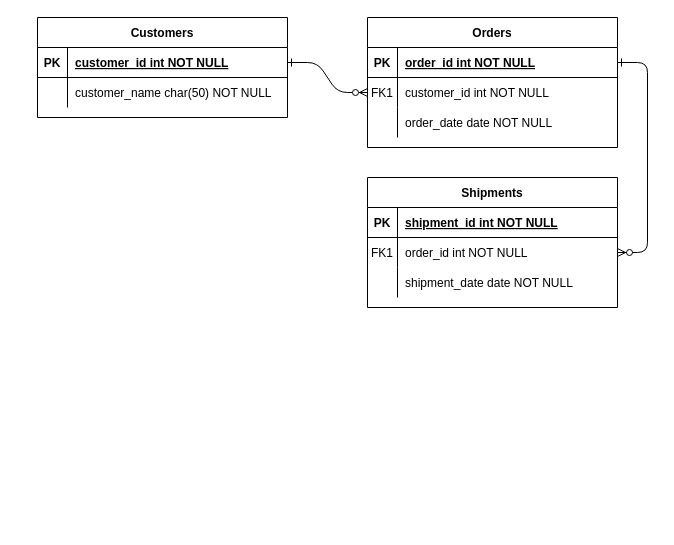
This is ERD.drawio from broepke/JGraph, a draw.io file, before an edit. Source tidied: cells renumbered, new cells numbered last; positions are measured from the earlier drawing's top-left corner, leaving out a move shared by most shapes. Both pictures are drawn from the tidied source at 100%, with x=0, y=0 at pixel (37, 17).
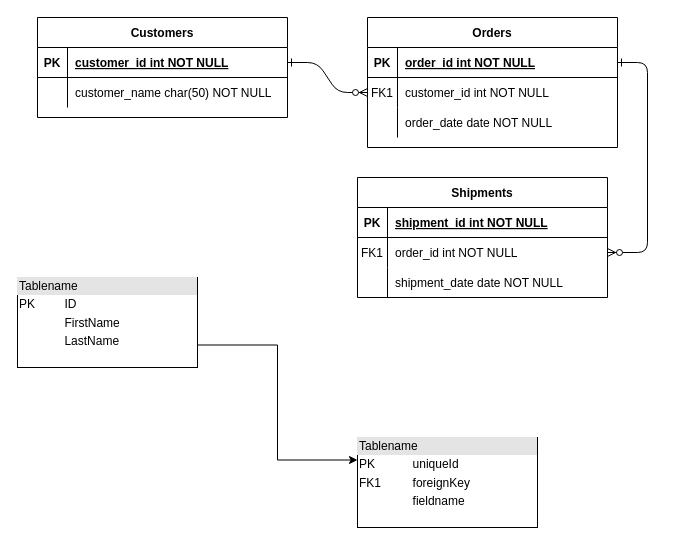
After the change.

Diff of the diagram source:
```diff
@@
     <mxCell id="14" value="Shipments" style="shape=table;startSize=30;childLayout=tableLayout;rowLines=0;fontStyle=1;align=center;" parent="1" vertex="1">
-      <mxGeometry x="330" y="160" width="250" height="130" as="geometry" />
+      <mxGeometry x="320" y="160" width="250" height="120" as="geometry" />
     </mxCell>
@@
+    <mxCell id="31" style="edgeStyle=orthogonalEdgeStyle;rounded=0;jettySize=auto;html=1;exitX=1;exitY=0.75;exitDx=0;exitDy=0;entryX=0;entryY=0.25;entryDx=0;entryDy=0;" parent="1" edge="1" source="32" target="33">
+      <mxGeometry relative="1" as="geometry" />
+    </mxCell>
+    <mxCell id="32" value="&lt;div style=&quot;box-sizing: border-box ; width: 100% ; background: #e4e4e4 ; padding: 2px&quot;&gt;Tablename&lt;/div&gt;&lt;table style=&quot;width: 100% ; font-size: 1em&quot; cellpadding=&quot;2&quot; cellspacing=&quot;0&quot;&gt;&lt;tbody&gt;&lt;tr&gt;&lt;td&gt;PK&lt;/td&gt;&lt;td&gt;ID&lt;/td&gt;&lt;/tr&gt;&lt;tr&gt;&lt;td&gt;&lt;br&gt;&lt;/td&gt;&lt;td&gt;FirstName&lt;/td&gt;&lt;/tr&gt;&lt;tr&gt;&lt;td&gt;&lt;/td&gt;&lt;td&gt;LastName&lt;/td&gt;&lt;/tr&gt;&lt;/tbody&gt;&lt;/table&gt;" style="verticalAlign=top;align=left;overflow=fill;html=1;" parent="1" vertex="1">
+      <mxGeometry x="-20" y="260" width="180" height="90" as="geometry" />
+    </mxCell>
+    <mxCell id="33" value="&lt;div style=&quot;box-sizing:border-box;width:100%;background:#e4e4e4;padding:2px;&quot;&gt;Tablename&lt;/div&gt;&lt;table style=&quot;width:100%;font-size:1em;&quot; cellpadding=&quot;2&quot; cellspacing=&quot;0&quot;&gt;&lt;tr&gt;&lt;td&gt;PK&lt;/td&gt;&lt;td&gt;uniqueId&lt;/td&gt;&lt;/tr&gt;&lt;tr&gt;&lt;td&gt;FK1&lt;/td&gt;&lt;td&gt;foreignKey&lt;/td&gt;&lt;/tr&gt;&lt;tr&gt;&lt;td&gt;&lt;/td&gt;&lt;td&gt;fieldname&lt;/td&gt;&lt;/tr&gt;&lt;/table&gt;" style="verticalAlign=top;align=left;overflow=fill;html=1;" parent="1" vertex="1">
+      <mxGeometry x="320" y="420" width="180" height="90" as="geometry" />
+    </mxCell>
```
